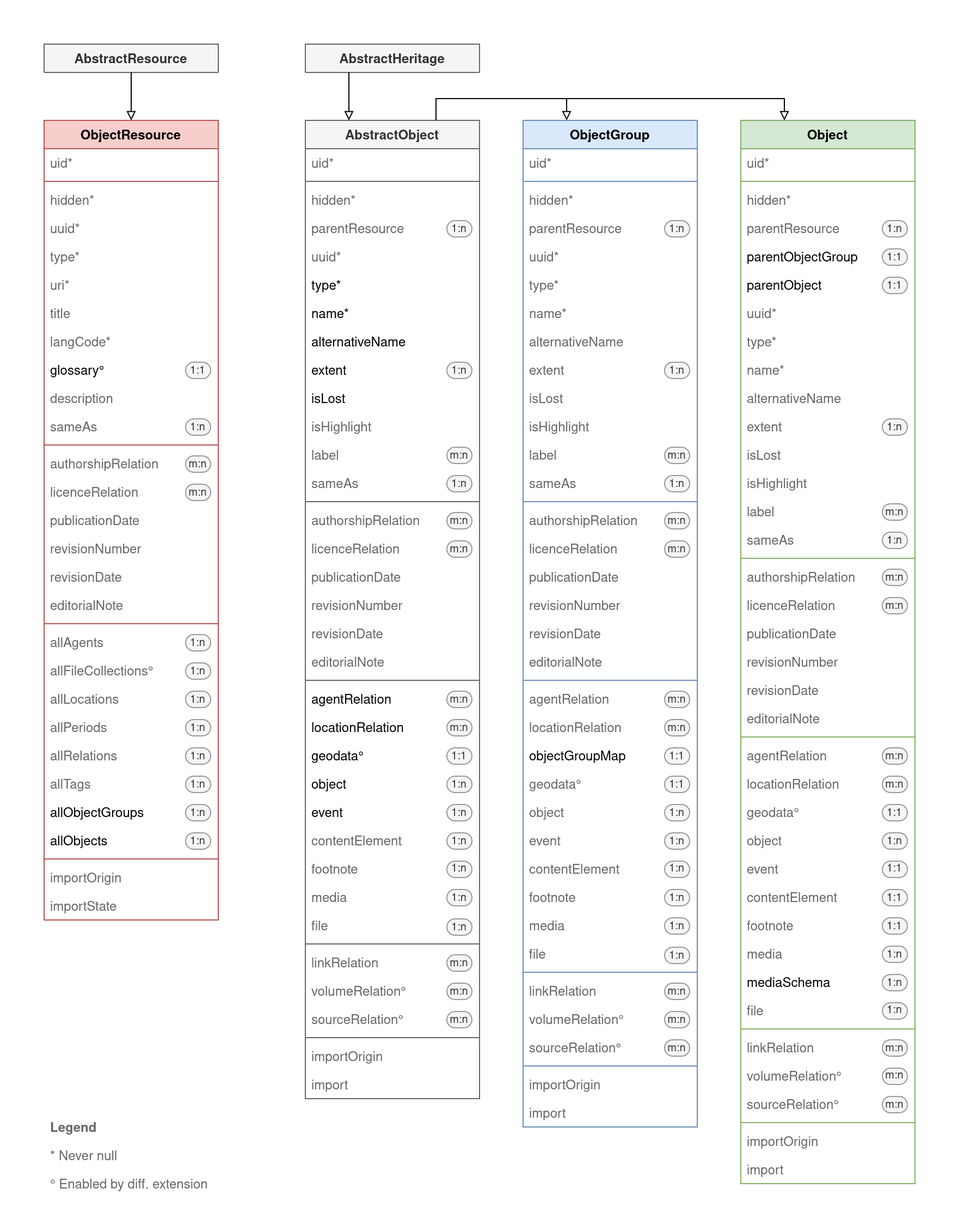
Above: Documentation/DataModel/DataModel.png in digicademy-chf/chf_object (draw.io), before the change. Source tidied: cells renumbered, new cells last; positions are measured from the earlier drawing's top-left corner, leaving out a move shared by most shapes.
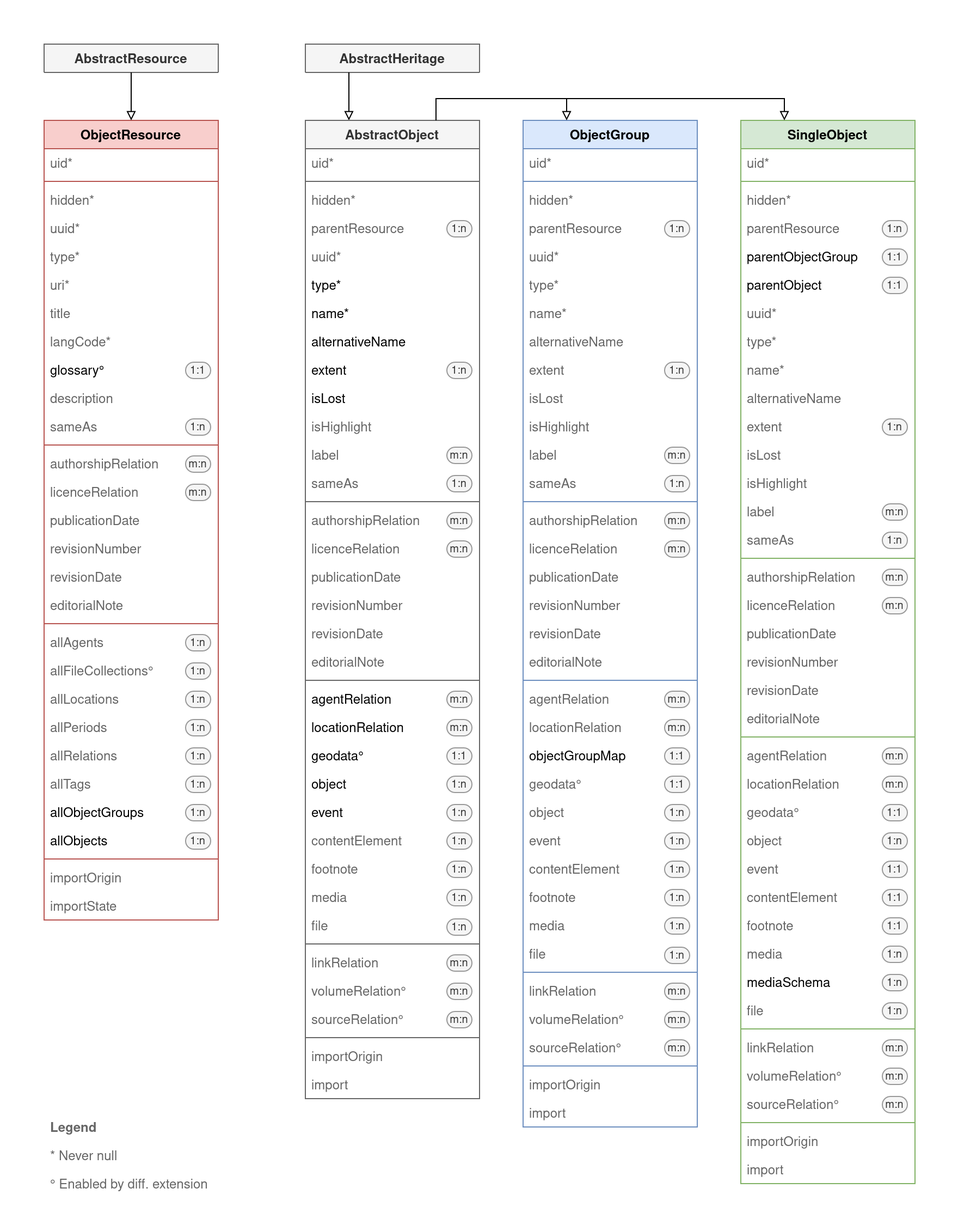
The same file after the commit.

What changed in the source:
```diff
@@ -2,7 +2,7 @@
   <root>
     <mxCell id="0" />
     <mxCell id="1" parent="0" />
-    <mxCell id="2" value="Object" style="swimlane;fontStyle=1;align=center;verticalAlign=top;horizontal=1;startSize=26;rounded=0;shadow=0;strokeWidth=1;fillColor=#d5e8d4;strokeColor=#82b366;" parent="1" vertex="1">
+    <mxCell id="2" value="SingleObject" style="swimlane;fontStyle=1;align=center;verticalAlign=top;horizontal=1;startSize=26;rounded=0;shadow=0;strokeWidth=1;fillColor=#d5e8d4;strokeColor=#82b366;" parent="1" vertex="1">
       <mxGeometry x="640" y="70" width="160" height="976" as="geometry" />
     </mxCell>
     <mxCell id="3" value="uid*" style="text;align=left;verticalAlign=top;spacingLeft=4;spacingRight=4;overflow=hidden;fontColor=#666666;" parent="2" vertex="1">
```
